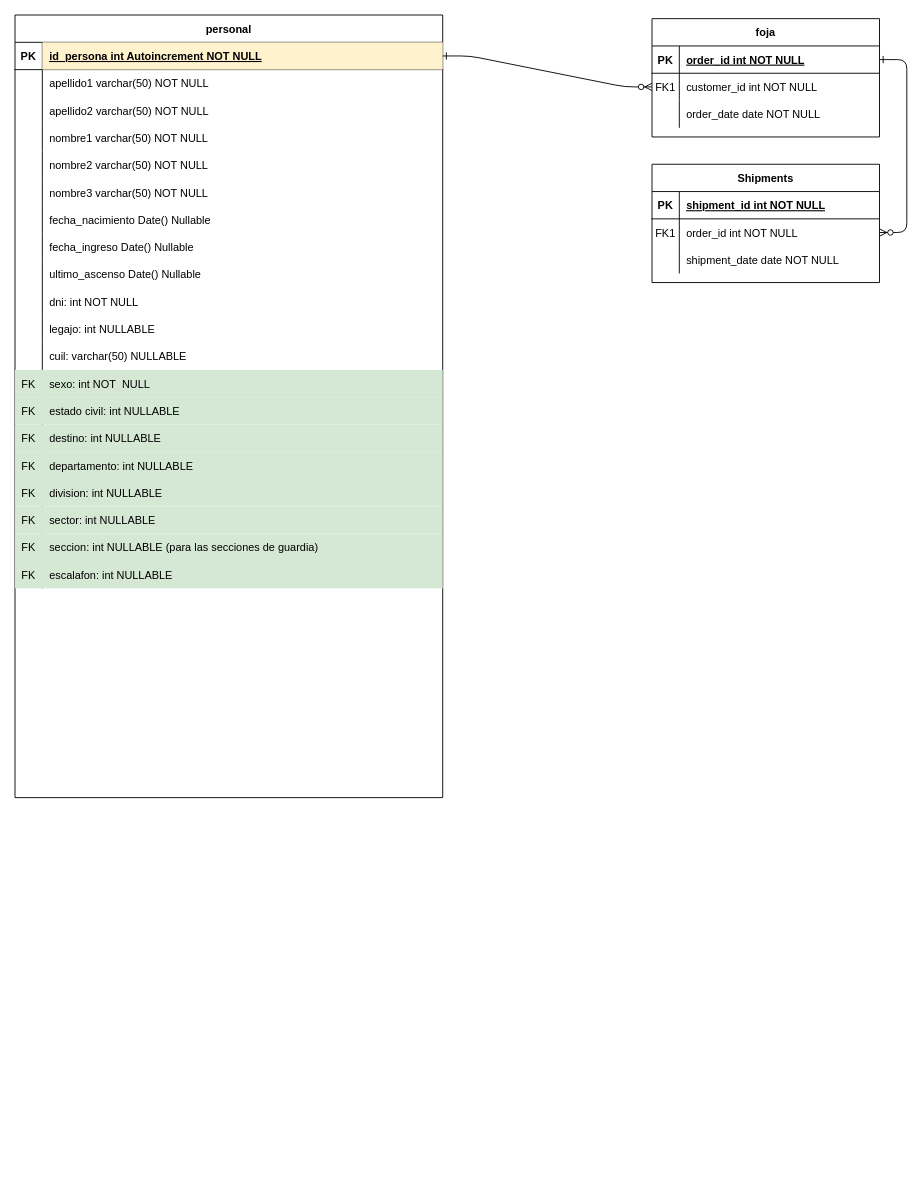
This is Cuerpo Penitenciario.drawio from FSALVA157/EsquemasER, a draw.io file, before an edit. Source tidied: cells renumbered, new cells numbered last; positions are measured from the earlier drawing's top-left corner, leaving out a move shared by most shapes. Both pictures are drawn from the tidied source at 91%, with x=0, y=0 at pixel (15, 15).
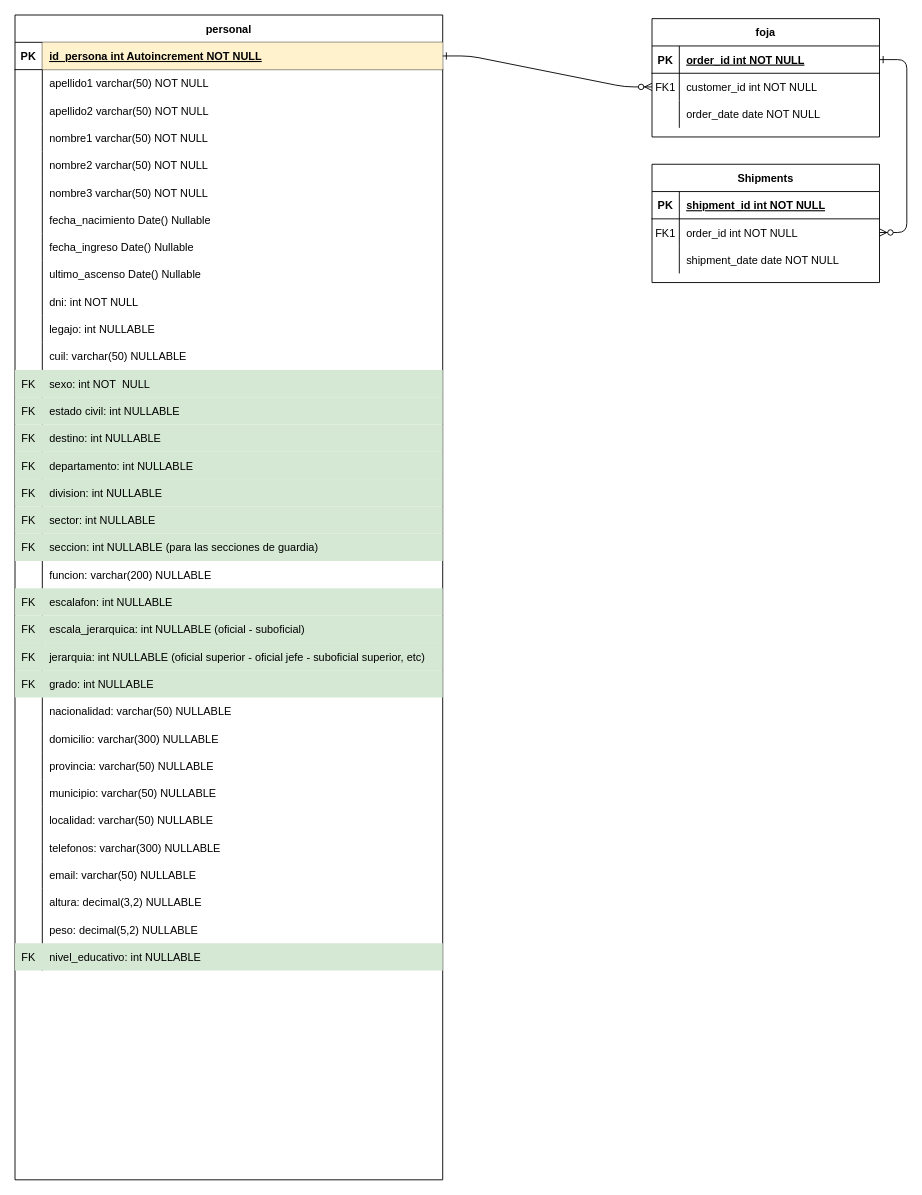
The same diagram, later.

Diff of the diagram source:
```diff
@@
     <mxCell id="2" value="personal" style="shape=table;startSize=30;childLayout=tableLayout;rowLines=0;fontStyle=1;align=center;" parent="1" vertex="1">
-      <mxGeometry width="470" height="860" as="geometry" />
+      <mxGeometry width="470" height="1280" as="geometry" />
     </mxCell>
@@
+    <mxCell id="85" style="shape=partialRectangle;fillColor=none;top=0;left=0;right=0;bottom=0;" parent="2" vertex="1">
+      <mxGeometry y="600" width="470" height="30" as="geometry" />
+    </mxCell>
+    <mxCell id="86" style="shape=partialRectangle;overflow=hidden;fillColor=none;top=0;left=0;bottom=0;right=0;" parent="85" vertex="1">
+      <mxGeometry width="30" height="30" as="geometry" />
+    </mxCell>
+    <mxCell id="87" value="funcion: varchar(200) NULLABLE" style="shape=partialRectangle;overflow=hidden;top=0;left=0;bottom=0;right=0;align=left;spacingLeft=6;perimeterSpacing=0;strokeWidth=1;opacity=0;labelBorderColor=none;fillColor=none;" parent="85" vertex="1">
+      <mxGeometry x="30" width="440" height="30" as="geometry" />
+    </mxCell>
     <mxCell id="60" style="shape=partialRectangle;fillColor=#d5e8d4;top=0;left=0;right=0;bottom=0;strokeColor=#82b366;" parent="2" vertex="1">
-      <mxGeometry y="600" width="470" height="30" as="geometry" />
+      <mxGeometry y="630" width="470" height="30" as="geometry" />
     </mxCell>
@@
+    <mxCell id="88" style="shape=partialRectangle;fillColor=#d5e8d4;top=0;left=0;right=0;bottom=0;strokeColor=#82b366;" parent="2" vertex="1">
+      <mxGeometry y="660" width="470" height="30" as="geometry" />
+    </mxCell>
+    <mxCell id="89" value="FK" style="shape=partialRectangle;overflow=hidden;fillColor=none;top=0;left=0;bottom=0;right=0;" parent="88" vertex="1">
+      <mxGeometry width="30" height="30" as="geometry" />
+    </mxCell>
+    <mxCell id="90" value="escala_jerarquica: int NULLABLE (oficial - suboficial)" style="shape=partialRectangle;overflow=hidden;top=0;left=0;bottom=0;right=0;align=left;spacingLeft=6;perimeterSpacing=0;strokeWidth=1;opacity=0;labelBorderColor=none;fillColor=none;" parent="88" vertex="1">
+      <mxGeometry x="30" width="440" height="30" as="geometry" />
+    </mxCell>
+    <mxCell id="91" style="shape=partialRectangle;fillColor=#d5e8d4;top=0;left=0;right=0;bottom=0;strokeColor=#82b366;" parent="2" vertex="1">
+      <mxGeometry y="690" width="470" height="30" as="geometry" />
+    </mxCell>
+    <mxCell id="92" value="FK" style="shape=partialRectangle;overflow=hidden;fillColor=none;top=0;left=0;bottom=0;right=0;" parent="91" vertex="1">
+      <mxGeometry width="30" height="30" as="geometry" />
+    </mxCell>
+    <mxCell id="93" value="jerarquia: int NULLABLE (oficial superior - oficial jefe - suboficial superior, etc)" style="shape=partialRectangle;overflow=hidden;top=0;left=0;bottom=0;right=0;align=left;spacingLeft=6;perimeterSpacing=0;strokeWidth=1;opacity=0;labelBorderColor=none;fillColor=none;" parent="91" vertex="1">
+      <mxGeometry x="30" width="440" height="30" as="geometry" />
+    </mxCell>
+    <mxCell id="94" style="shape=partialRectangle;fillColor=#d5e8d4;top=0;left=0;right=0;bottom=0;strokeColor=#82b366;" parent="2" vertex="1">
+      <mxGeometry y="720" width="470" height="30" as="geometry" />
+    </mxCell>
+    <mxCell id="95" value="FK" style="shape=partialRectangle;overflow=hidden;fillColor=none;top=0;left=0;bottom=0;right=0;" parent="94" vertex="1">
+      <mxGeometry width="30" height="30" as="geometry" />
+    </mxCell>
+    <mxCell id="96" value="grado: int NULLABLE " style="shape=partialRectangle;overflow=hidden;top=0;left=0;bottom=0;right=0;align=left;spacingLeft=6;perimeterSpacing=0;strokeWidth=1;opacity=0;labelBorderColor=none;fillColor=none;" parent="94" vertex="1">
+      <mxGeometry x="30" width="440" height="30" as="geometry" />
+    </mxCell>
+    <mxCell id="97" style="shape=partialRectangle;fillColor=none;top=0;left=0;right=0;bottom=0;" parent="2" vertex="1">
+      <mxGeometry y="750" width="470" height="30" as="geometry" />
+    </mxCell>
+    <mxCell id="98" style="shape=partialRectangle;overflow=hidden;fillColor=none;top=0;left=0;bottom=0;right=0;" parent="97" vertex="1">
+      <mxGeometry width="30" height="30" as="geometry" />
+    </mxCell>
+    <mxCell id="99" value="nacionalidad: varchar(50) NULLABLE" style="shape=partialRectangle;overflow=hidden;top=0;left=0;bottom=0;right=0;align=left;spacingLeft=6;perimeterSpacing=0;strokeWidth=1;opacity=0;labelBorderColor=none;fillColor=none;" parent="97" vertex="1">
+      <mxGeometry x="30" width="440" height="30" as="geometry" />
+    </mxCell>
+    <mxCell id="100" style="shape=partialRectangle;fillColor=none;top=0;left=0;right=0;bottom=0;" parent="2" vertex="1">
+      <mxGeometry y="780" width="470" height="30" as="geometry" />
+    </mxCell>
+    <mxCell id="101" style="shape=partialRectangle;overflow=hidden;fillColor=none;top=0;left=0;bottom=0;right=0;" parent="100" vertex="1">
+      <mxGeometry width="30" height="30" as="geometry" />
+    </mxCell>
+    <mxCell id="102" value="domicilio: varchar(300) NULLABLE" style="shape=partialRectangle;overflow=hidden;top=0;left=0;bottom=0;right=0;align=left;spacingLeft=6;perimeterSpacing=0;strokeWidth=1;opacity=0;labelBorderColor=none;fillColor=none;" parent="100" vertex="1">
+      <mxGeometry x="30" width="440" height="30" as="geometry" />
+    </mxCell>
+    <mxCell id="103" style="shape=partialRectangle;fillColor=none;top=0;left=0;right=0;bottom=0;" parent="2" vertex="1">
+      <mxGeometry y="810" width="470" height="30" as="geometry" />
+    </mxCell>
+    <mxCell id="104" style="shape=partialRectangle;overflow=hidden;fillColor=none;top=0;left=0;bottom=0;right=0;" parent="103" vertex="1">
+      <mxGeometry width="30" height="30" as="geometry" />
+    </mxCell>
+    <mxCell id="105" value="provincia: varchar(50) NULLABLE" style="shape=partialRectangle;overflow=hidden;top=0;left=0;bottom=0;right=0;align=left;spacingLeft=6;perimeterSpacing=0;strokeWidth=1;opacity=0;labelBorderColor=none;fillColor=none;" parent="103" vertex="1">
+      <mxGeometry x="30" width="440" height="30" as="geometry" />
+    </mxCell>
+    <mxCell id="106" style="shape=partialRectangle;fillColor=none;top=0;left=0;right=0;bottom=0;" parent="2" vertex="1">
+      <mxGeometry y="840" width="470" height="30" as="geometry" />
+    </mxCell>
+    <mxCell id="107" style="shape=partialRectangle;overflow=hidden;fillColor=none;top=0;left=0;bottom=0;right=0;" parent="106" vertex="1">
+      <mxGeometry width="30" height="30" as="geometry" />
+    </mxCell>
+    <mxCell id="108" value="municipio: varchar(50) NULLABLE" style="shape=partialRectangle;overflow=hidden;top=0;left=0;bottom=0;right=0;align=left;spacingLeft=6;perimeterSpacing=0;strokeWidth=1;opacity=0;labelBorderColor=none;fillColor=none;" parent="106" vertex="1">
+      <mxGeometry x="30" width="440" height="30" as="geometry" />
+    </mxCell>
+    <mxCell id="109" style="shape=partialRectangle;fillColor=none;top=0;left=0;right=0;bottom=0;" parent="2" vertex="1">
+      <mxGeometry y="870" width="470" height="30" as="geometry" />
+    </mxCell>
+    <mxCell id="110" style="shape=partialRectangle;overflow=hidden;fillColor=none;top=0;left=0;bottom=0;right=0;" parent="109" vertex="1">
+      <mxGeometry width="30" height="30" as="geometry" />
+    </mxCell>
+    <mxCell id="111" value="localidad: varchar(50) NULLABLE" style="shape=partialRectangle;overflow=hidden;top=0;left=0;bottom=0;right=0;align=left;spacingLeft=6;perimeterSpacing=0;strokeWidth=1;opacity=0;labelBorderColor=none;fillColor=none;" parent="109" vertex="1">
+      <mxGeometry x="30" width="440" height="30" as="geometry" />
+    </mxCell>
+    <mxCell id="112" style="shape=partialRectangle;fillColor=none;top=0;left=0;right=0;bottom=0;" parent="2" vertex="1">
+      <mxGeometry y="900" width="470" height="30" as="geometry" />
+    </mxCell>
+    <mxCell id="113" style="shape=partialRectangle;overflow=hidden;fillColor=none;top=0;left=0;bottom=0;right=0;" parent="112" vertex="1">
+      <mxGeometry width="30" height="30" as="geometry" />
+    </mxCell>
+    <mxCell id="114" value="telefonos: varchar(300) NULLABLE" style="shape=partialRectangle;overflow=hidden;top=0;left=0;bottom=0;right=0;align=left;spacingLeft=6;perimeterSpacing=0;strokeWidth=1;opacity=0;labelBorderColor=none;fillColor=none;" parent="112" vertex="1">
+      <mxGeometry x="30" width="440" height="30" as="geometry" />
+    </mxCell>
+    <mxCell id="115" style="shape=partialRectangle;fillColor=none;top=0;left=0;right=0;bottom=0;" parent="2" vertex="1">
+      <mxGeometry y="930" width="470" height="30" as="geometry" />
+    </mxCell>
+    <mxCell id="116" style="shape=partialRectangle;overflow=hidden;fillColor=none;top=0;left=0;bottom=0;right=0;" parent="115" vertex="1">
+      <mxGeometry width="30" height="30" as="geometry" />
+    </mxCell>
+    <mxCell id="117" value="email: varchar(50) NULLABLE" style="shape=partialRectangle;overflow=hidden;top=0;left=0;bottom=0;right=0;align=left;spacingLeft=6;perimeterSpacing=0;strokeWidth=1;opacity=0;labelBorderColor=none;fillColor=none;" parent="115" vertex="1">
+      <mxGeometry x="30" width="440" height="30" as="geometry" />
+    </mxCell>
+    <mxCell id="118" style="shape=partialRectangle;fillColor=none;top=0;left=0;right=0;bottom=0;" parent="2" vertex="1">
+      <mxGeometry y="960" width="470" height="30" as="geometry" />
+    </mxCell>
+    <mxCell id="119" style="shape=partialRectangle;overflow=hidden;fillColor=none;top=0;left=0;bottom=0;right=0;" parent="118" vertex="1">
+      <mxGeometry width="30" height="30" as="geometry" />
+    </mxCell>
+    <mxCell id="120" value="altura: decimal(3,2) NULLABLE" style="shape=partialRectangle;overflow=hidden;top=0;left=0;bottom=0;right=0;align=left;spacingLeft=6;perimeterSpacing=0;strokeWidth=1;opacity=0;labelBorderColor=none;fillColor=none;" parent="118" vertex="1">
+      <mxGeometry x="30" width="440" height="30" as="geometry" />
+    </mxCell>
+    <mxCell id="121" style="shape=partialRectangle;fillColor=none;top=0;left=0;right=0;bottom=0;" parent="2" vertex="1">
+      <mxGeometry y="990" width="470" height="30" as="geometry" />
+    </mxCell>
+    <mxCell id="122" style="shape=partialRectangle;overflow=hidden;fillColor=none;top=0;left=0;bottom=0;right=0;" parent="121" vertex="1">
+      <mxGeometry width="30" height="30" as="geometry" />
+    </mxCell>
+    <mxCell id="123" value="peso: decimal(5,2) NULLABLE" style="shape=partialRectangle;overflow=hidden;top=0;left=0;bottom=0;right=0;align=left;spacingLeft=6;perimeterSpacing=0;strokeWidth=1;opacity=0;labelBorderColor=none;fillColor=none;" parent="121" vertex="1">
+      <mxGeometry x="30" width="440" height="30" as="geometry" />
+    </mxCell>
+    <mxCell id="124" style="shape=partialRectangle;fillColor=#d5e8d4;top=0;left=0;right=0;bottom=0;strokeColor=#82b366;" parent="2" vertex="1">
+      <mxGeometry y="1020" width="470" height="30" as="geometry" />
+    </mxCell>
+    <mxCell id="125" value="FK" style="shape=partialRectangle;overflow=hidden;fillColor=none;top=0;left=0;bottom=0;right=0;" parent="124" vertex="1">
+      <mxGeometry width="30" height="30" as="geometry" />
+    </mxCell>
+    <mxCell id="126" value="nivel_educativo: int NULLABLE " style="shape=partialRectangle;overflow=hidden;top=0;left=0;bottom=0;right=0;align=left;spacingLeft=6;perimeterSpacing=0;strokeWidth=1;opacity=0;labelBorderColor=none;fillColor=none;" parent="124" vertex="1">
+      <mxGeometry x="30" width="440" height="30" as="geometry" />
+    </mxCell>
```
